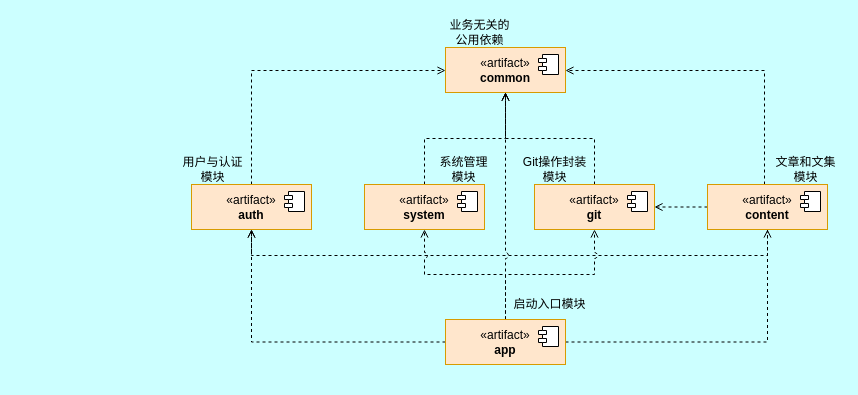
swsk33/git-document keeps this draw.io diagram as docs/diagram/后端模块组件图.drawio. Above is the earlier version. Source tidied: cells renumbered, new cells numbered last; positions are measured from the earlier drawing's top-left corner, leaving out a move shared by most shapes. Both pictures are drawn from the tidied source at 100%, with x=0, y=0 at pixel (178, 17).
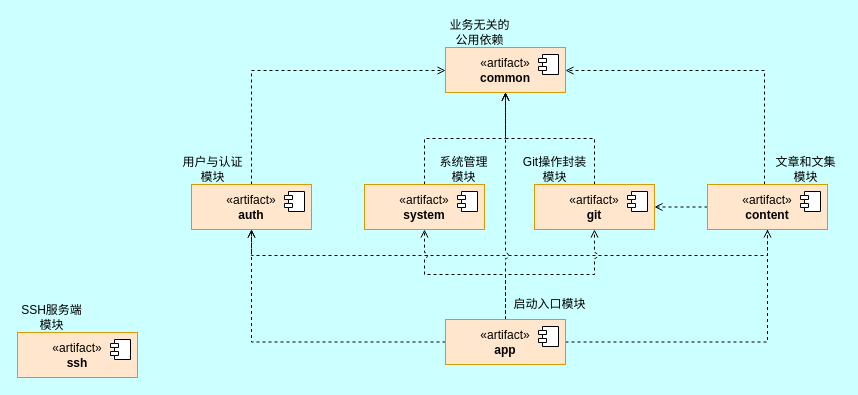
The same page after the edit.

Change to the diagram source:
```diff
@@
+    <mxCell id="31" value="«artifact»&lt;br&gt;&lt;b&gt;ssh&lt;/b&gt;" style="html=1;whiteSpace=wrap;fillColor=#ffe6cc;strokeColor=#d79b00;" parent="1" vertex="1">
+      <mxGeometry x="-161" y="315" width="120" height="45" as="geometry" />
+    </mxCell>
+    <mxCell id="32" style="shape=module;jettyWidth=8;jettyHeight=4;" parent="31" vertex="1">
+      <mxGeometry x="1" width="20" height="20" relative="1" as="geometry">
+        <mxPoint x="-27" y="7" as="offset" />
+      </mxGeometry>
+    </mxCell>
+    <mxCell id="33" value="&lt;div&gt;SSH服务端&lt;/div&gt;&lt;div&gt;模块&lt;/div&gt;" style="text;html=1;whiteSpace=wrap;strokeColor=none;fillColor=none;align=center;verticalAlign=middle;rounded=0;" parent="1" vertex="1">
+      <mxGeometry x="-161" y="285" width="69" height="30" as="geometry" />
+    </mxCell>
```
